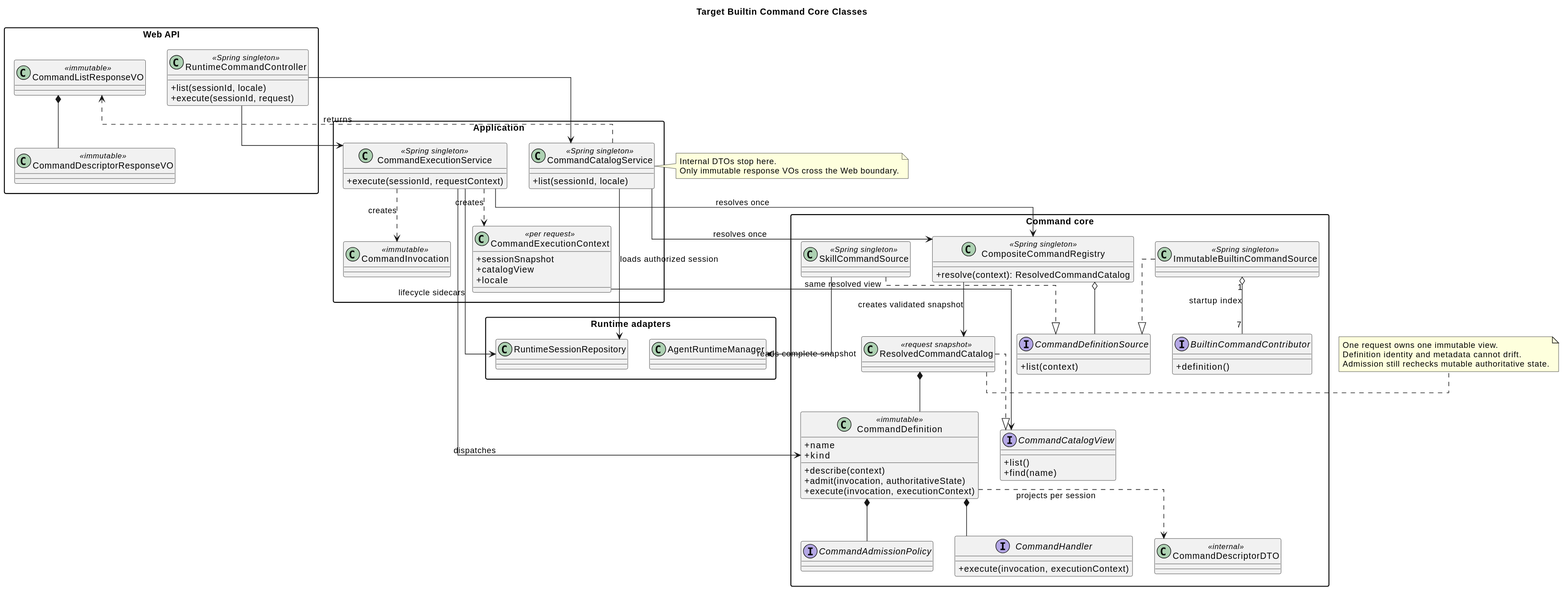
This is 04-命令与技能/01-内置命令/设计图/target_command_core_classes.svg from ssm0808/pi-mono-java-design, a PlantUML export, as it was before one commit.
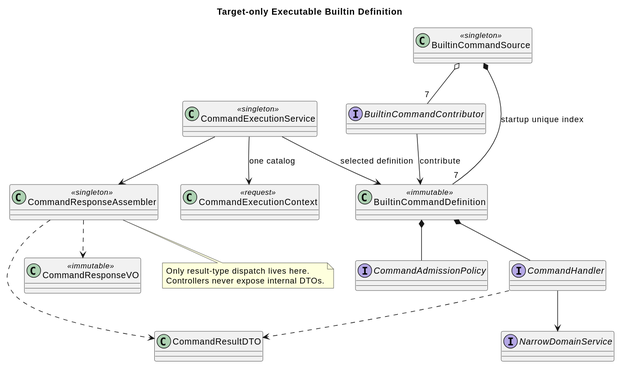
After the change.

The edit, as a diff of the source:
```diff
@@ -1,105 +1,31 @@
 @startuml
-title Target Builtin Command Core Classes
-top to bottom direction
+title Target-only Executable Builtin Definition
 skinparam shadowing false
-skinparam linetype ortho
-skinparam packageStyle rectangle
-skinparam classAttributeIconSize 0
-
-
-package "Web API" {
-  class RuntimeCommandController <<Spring singleton>> {
-    +list(sessionId, locale)
-    +execute(sessionId, request)
-  }
-  class CommandListResponseVO <<immutable>>
-  class CommandDescriptorResponseVO <<immutable>>
-}
-
-package "Application" {
-  class CommandCatalogService <<Spring singleton>> {
-    +list(sessionId, locale)
-  }
-  class CommandExecutionService <<Spring singleton>> {
-    +execute(sessionId, requestContext)
-  }
-  class CommandInvocation <<immutable>>
-  class CommandExecutionContext <<per request>> {
-    +sessionSnapshot
-    +catalogView
-    +locale
-  }
-}
-
-package "Command core" {
-  class CompositeCommandRegistry <<Spring singleton>> {
-    +resolve(context): ResolvedCommandCatalog
-  }
-  interface CommandCatalogView {
-    +list()
-    +find(name)
-  }
-  class ResolvedCommandCatalog <<request snapshot>>
-  interface CommandDefinitionSource {
-    +list(context)
-  }
-  class ImmutableBuiltinCommandSource <<Spring singleton>>
-  class SkillCommandSource <<Spring singleton>>
-  interface BuiltinCommandContributor {
-    +definition()
-  }
-  class CommandDefinition <<immutable>> {
-    +name
-    +kind
-    +describe(context)
-    +admit(invocation, authoritativeState)
-    +execute(invocation, executionContext)
-  }
-  interface CommandAdmissionPolicy
-  interface CommandHandler {
-    +execute(invocation, executionContext)
-  }
-  class CommandDescriptorDTO <<internal>>
-}
-
-package "Runtime adapters" {
-  class RuntimeSessionRepository
-  class AgentRuntimeManager
-}
-
-RuntimeCommandController -down-> CommandCatalogService
-RuntimeCommandController -down-> CommandExecutionService
-CommandCatalogService -down-> RuntimeSessionRepository : loads authorized session
-CommandCatalogService -down-> CompositeCommandRegistry : resolves once
-CommandCatalogService ..> CommandListResponseVO : returns
-CommandListResponseVO *-- CommandDescriptorResponseVO
-CommandExecutionService -down-> RuntimeSessionRepository : lifecycle sidecars
-CommandExecutionService -down-> CompositeCommandRegistry : resolves once
-CommandExecutionService ..> CommandInvocation : creates
-CommandExecutionService ..> CommandExecutionContext : creates
-CommandExecutionService -down-> CommandDefinition : dispatches
-
-CompositeCommandRegistry o-- CommandDefinitionSource
-CompositeCommandRegistry -down-> ResolvedCommandCatalog : creates validated snapshot
-ResolvedCommandCatalog ..|> CommandCatalogView
-ResolvedCommandCatalog *-- CommandDefinition
-ImmutableBuiltinCommandSource ..|> CommandDefinitionSource
-SkillCommandSource ..|> CommandDefinitionSource
-ImmutableBuiltinCommandSource "1" o-- "7" BuiltinCommandContributor : startup index
-SkillCommandSource --> AgentRuntimeManager : reads complete snapshot
-CommandDefinition *-- CommandAdmissionPolicy
-CommandDefinition *-- CommandHandler
-CommandDefinition ..> CommandDescriptorDTO : projects per session
-CommandExecutionContext --> CommandCatalogView : same resolved view
-
-note right of ResolvedCommandCatalog
-One request owns one immutable view.
-Definition identity and metadata cannot drift.
-Admission still rechecks mutable authoritative state.
-end note
-
-note right of CommandCatalogService
-Internal DTOs stop here.
-Only immutable response VOs cross the Web boundary.
+interface BuiltinCommandContributor
+class BuiltinCommandSource <<singleton>>
+class BuiltinCommandDefinition <<immutable>>
+interface CommandHandler
+interface CommandAdmissionPolicy
+class CommandExecutionContext <<request>>
+class CommandExecutionService <<singleton>>
+class CommandResponseAssembler <<singleton>>
+class CommandResultDTO
+class CommandResponseVO <<immutable>>
+interface NarrowDomainService
+BuiltinCommandSource o-- "7" BuiltinCommandContributor
+BuiltinCommandContributor --> BuiltinCommandDefinition : contribute
+BuiltinCommandSource *-- "7" BuiltinCommandDefinition : startup unique index
+BuiltinCommandDefinition *-- CommandHandler
+BuiltinCommandDefinition *-- CommandAdmissionPolicy
+CommandExecutionService --> CommandExecutionContext : one catalog
+CommandExecutionService --> BuiltinCommandDefinition : selected definition
+CommandHandler --> NarrowDomainService
+CommandHandler ..> CommandResultDTO
+CommandExecutionService --> CommandResponseAssembler
+CommandResponseAssembler ..> CommandResultDTO
+CommandResponseAssembler ..> CommandResponseVO
+note bottom of CommandResponseAssembler
+Only result-type dispatch lives here.
+Controllers never expose internal DTOs.
 end note
 @enduml
```
